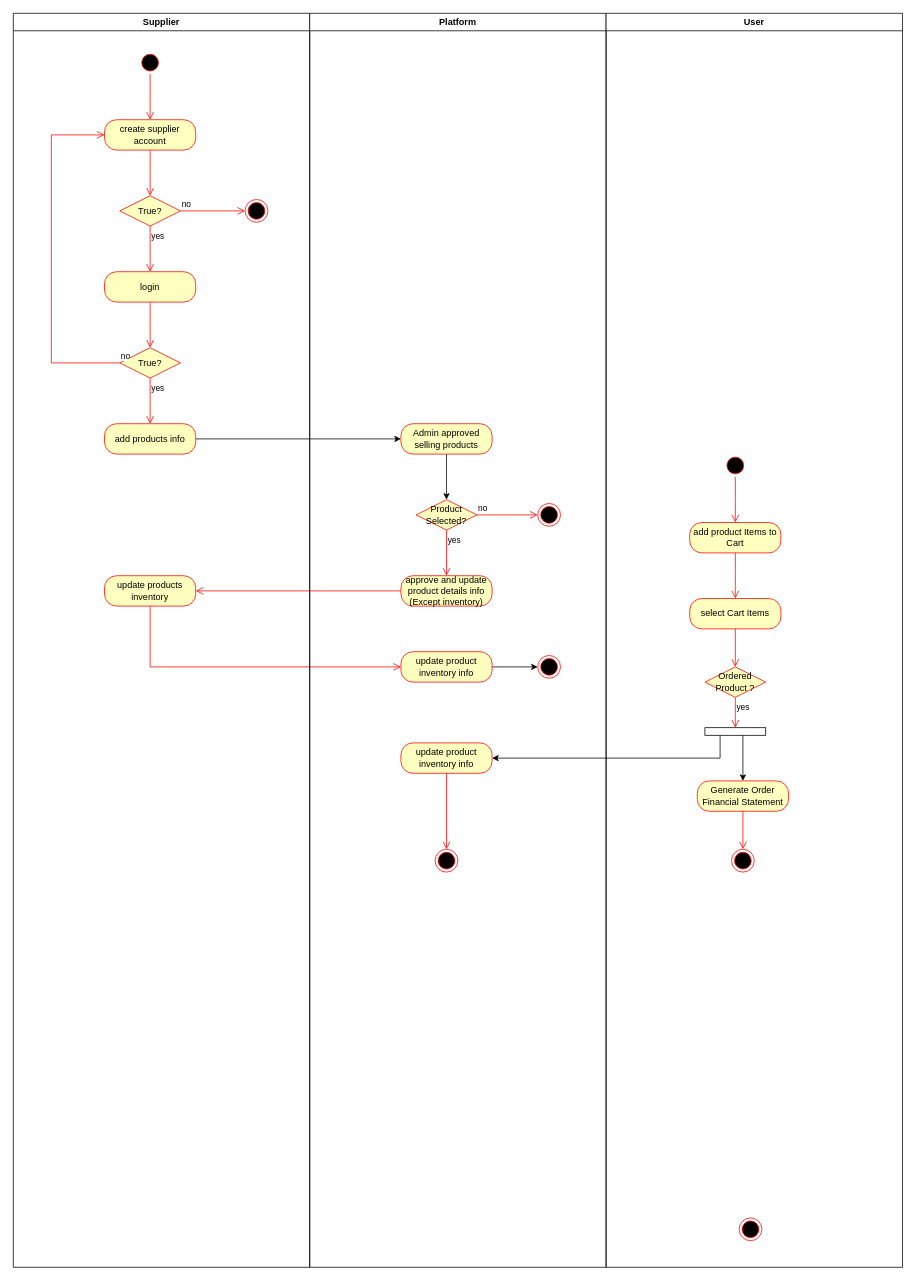
CHAITANYA510/QuickMall-eCommerce keeps this draw.io diagram as page "Activity Diagram" (2 of 5) of 1 System Analysis Diagram/Use Case_PlatformSuppliers_Cart-Service.drawio. Above is the earlier version. Source tidied: cells renumbered, new cells numbered last; positions are measured from the earlier drawing's top-left corner, leaving out a move shared by most shapes. Both pictures are drawn from the tidied source at 76%, with x=0, y=0 at pixel (13, 13).
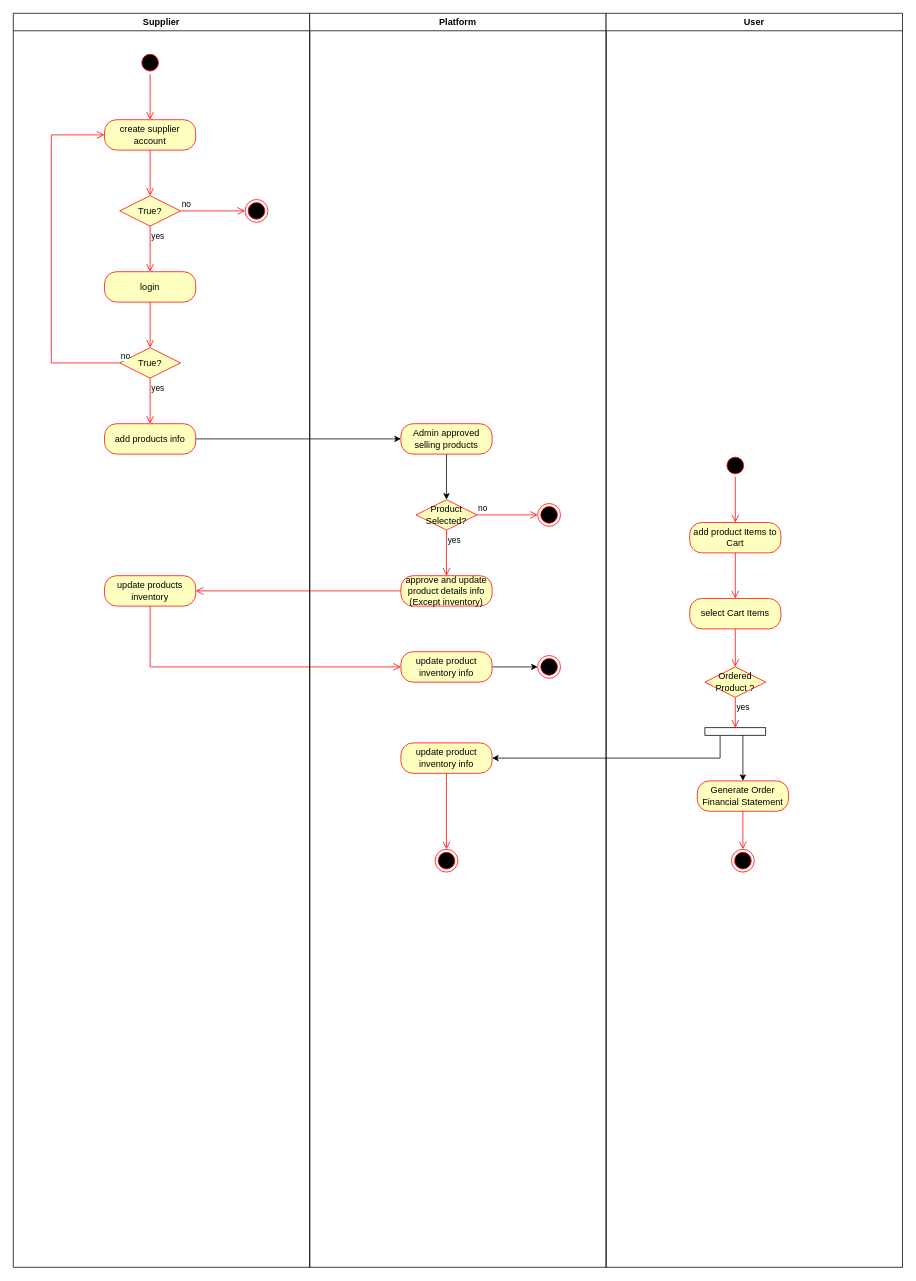
The same page after the edit.

The change refers to these unchanged cells:
```xml
<mxCell id="33" value="User" style="swimlane;" parent="1" vertex="1">
  <mxGeometry x="780" width="390" height="1650" as="geometry" />
</mxCell>
```

The edit, as a diff of the source:
```diff
@@
-    <mxCell id="41" style="ellipse;html=1;shape=endState;fillColor=#000000;strokeColor=#ff0000;" parent="33" vertex="1">
-      <mxGeometry x="175" y="1585" width="30" height="30" as="geometry" />
-    </mxCell>
```
